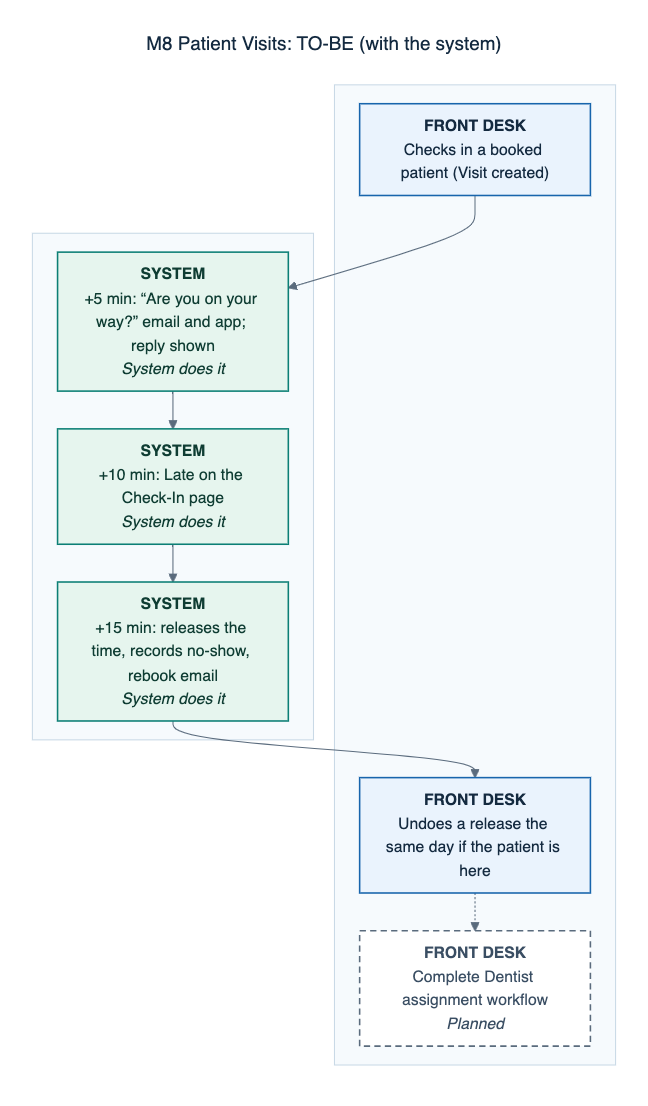
Before: docs/defense/diagrams/png/M8-patient-visits-to-be.png, a diagram exported from Mermaid (0phem/multibranch-dental-clinic). Its source is kept beside it as docs/defense/diagrams/M8-patient-visits-to-be.mmd.
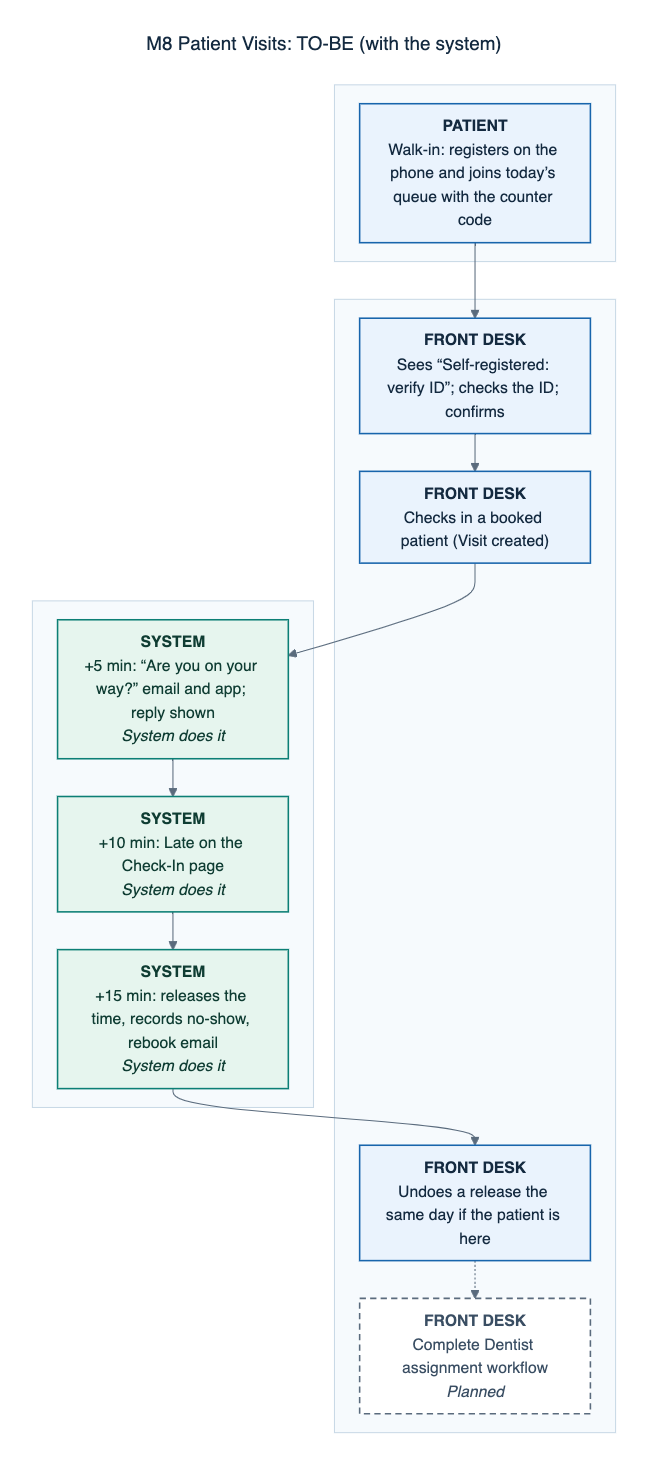
Later version of the same file.

Change to the diagram source:
```diff
@@ -2,23 +2,30 @@
 title: "M8 Patient Visits: TO-BE (with the system)"
 ---
 flowchart TB
+    subgraph L0[" "]
+    direction LR
+      S0["<b>PATIENT</b><br/>Walk-in: registers on the phone and joins today’s queue with the counter code"]:::manual
+    end
     subgraph L1[" "]
     direction LR
-      S0["<b>FRONT DESK</b><br/>Checks in a booked patient (Visit created)"]:::manual
-      S4["<b>FRONT DESK</b><br/>Undoes a release the same day if the patient is here"]:::manual
-      S5["<b>FRONT DESK</b><br/>Complete Dentist assignment workflow<br/><i>Planned</i>"]:::planned
+      S1["<b>FRONT DESK</b><br/>Sees “Self-registered: verify ID”; checks the ID; confirms"]:::manual
+      S2["<b>FRONT DESK</b><br/>Checks in a booked patient (Visit created)"]:::manual
+      S6["<b>FRONT DESK</b><br/>Undoes a release the same day if the patient is here"]:::manual
+      S7["<b>FRONT DESK</b><br/>Complete Dentist assignment workflow<br/><i>Planned</i>"]:::planned
     end
     subgraph L4[" "]
     direction LR
-      S1["<b>SYSTEM</b><br/>+5 min: “Are you on your way?” email and app; reply shown<br/><i>System does it</i>"]:::auto
-      S2["<b>SYSTEM</b><br/>+10 min: Late on the Check-In page<br/><i>System does it</i>"]:::auto
-      S3["<b>SYSTEM</b><br/>+15 min: releases the time, records no-show, rebook email<br/><i>System does it</i>"]:::auto
+      S3["<b>SYSTEM</b><br/>+5 min: “Are you on your way?” email and app; reply shown<br/><i>System does it</i>"]:::auto
+      S4["<b>SYSTEM</b><br/>+10 min: Late on the Check-In page<br/><i>System does it</i>"]:::auto
+      S5["<b>SYSTEM</b><br/>+15 min: releases the time, records no-show, rebook email<br/><i>System does it</i>"]:::auto
     end
     S0 --> S1
     S1 --> S2
     S2 --> S3
     S3 --> S4
-    S4 -.-> S5
+    S4 --> S5
+    S5 --> S6
+    S6 -.-> S7
     classDef cited fill:#eaf3fd,stroke:#1865ac,color:#142a40,stroke-width:1.5px
     classDef confirm fill:#fffaf0,stroke:#b26a00,color:#5e3c00,stroke-width:1.5px,stroke-dasharray:6 4
     classDef auto fill:#e6f5ee,stroke:#0c7f75,color:#0f3d33,stroke-width:1.5px
```
